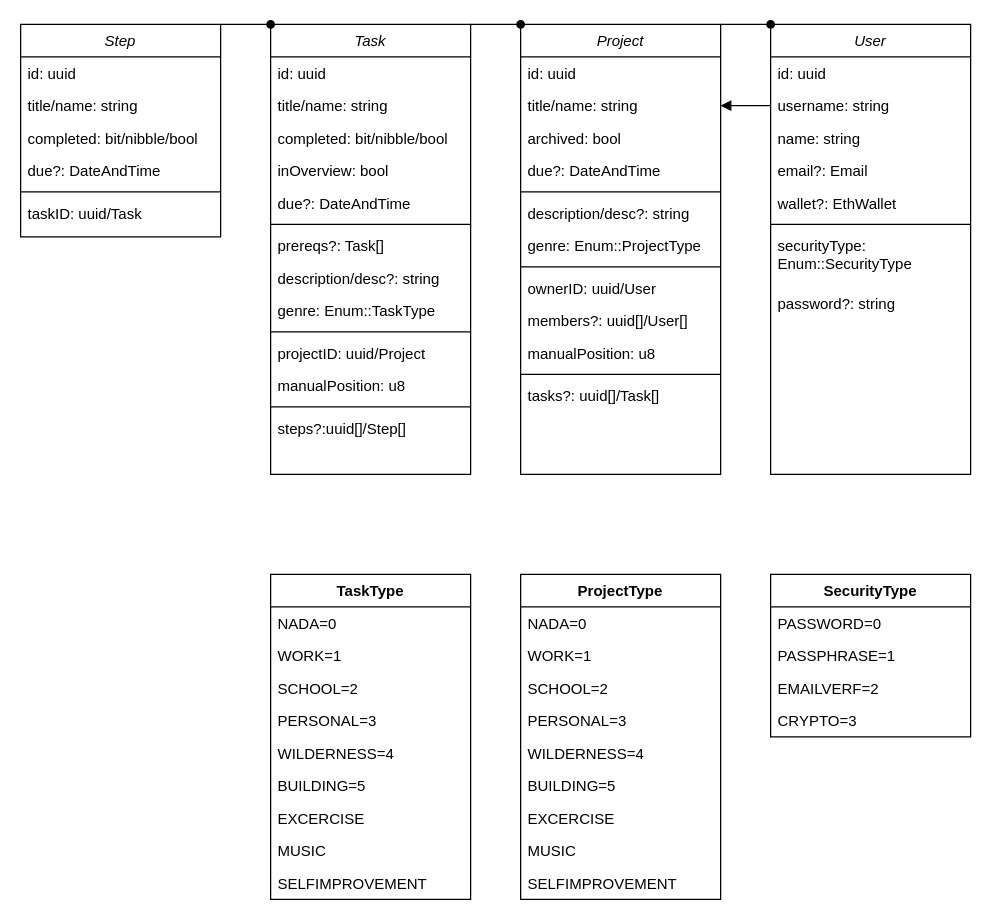
The draw.io diagram API_UML_diagram-drafting.drawio in Nick-Shadow/tudo, before the edit. Source tidied: cells renumbered, new cells numbered last; positions are measured from the earlier drawing's top-left corner, leaving out a move shared by most shapes. Both pictures are drawn from the tidied source at 125%, with x=0, y=0 at pixel (20, 24).
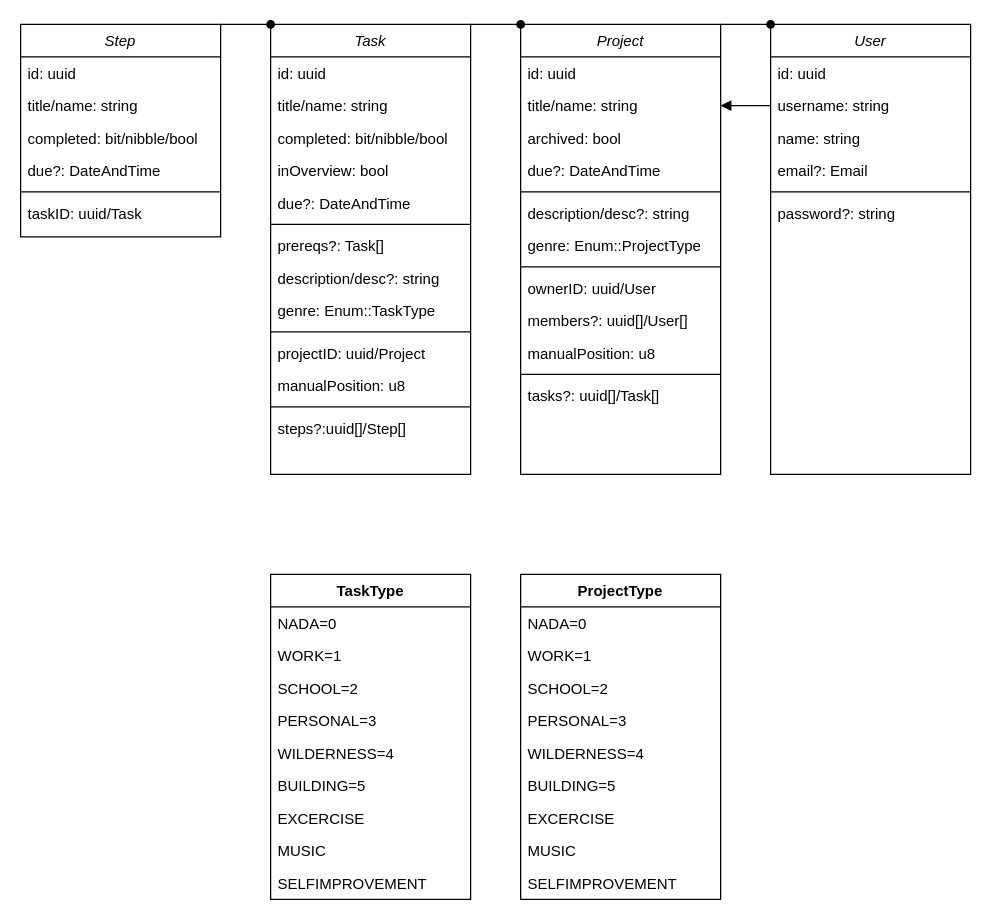
The same page after the edit.

Unchanged cells that the change refers to:
```xml
<mxCell id="38" value="User" style="swimlane;fontStyle=2;align=center;verticalAlign=top;horizontal=1;startSize=26;rounded=0;shadow=0;strokeWidth=1;" parent="1" vertex="1">
  <mxGeometry x="600" width="160" height="360" as="geometry" />
</mxCell>
```

Diff of the diagram source:
```diff
@@
-    <mxCell id="43" value="wallet?: EthWallet" style="text;align=left;verticalAlign=top;spacingLeft=4;spacingRight=4;overflow=hidden;rounded=0;shadow=0;html=0;" parent="38" vertex="1">
-      <mxGeometry y="130" width="160" height="26" as="geometry" />
-    </mxCell>
     <mxCell id="44" style="line;strokeWidth=1;fillColor=none;align=left;verticalAlign=middle;spacingTop=-1;spacingLeft=3;spacingRight=3;labelPosition=right;" parent="38" vertex="1">
-      <mxGeometry y="156" width="160" height="8" as="geometry" />
+      <mxGeometry y="130" width="160" height="8" as="geometry" />
     </mxCell>
-    <mxCell id="45" value="securityType: &#10;Enum::SecurityType" style="text;align=left;verticalAlign=top;spacingLeft=4;spacingRight=4;overflow=hidden;rounded=0;shadow=0;html=0;" parent="38" vertex="1">
-      <mxGeometry y="164" width="160" height="46" as="geometry" />
-    </mxCell>
     <mxCell id="46" value="password?: string" style="text;align=left;verticalAlign=top;spacingLeft=4;spacingRight=4;overflow=hidden;rounded=0;shadow=0;html=0;" parent="38" vertex="1">
-      <mxGeometry y="210" width="160" height="26" as="geometry" />
+      <mxGeometry y="138" width="160" height="26" as="geometry" />
     </mxCell>
@@
-    <mxCell id="67" value="SecurityType" style="swimlane;fontStyle=1;align=center;verticalAlign=top;horizontal=1;startSize=26;" parent="1" vertex="1">
-      <mxGeometry x="600" y="440" width="160" height="130" as="geometry" />
-    </mxCell>
-    <mxCell id="68" value="PASSWORD=0" style="text;strokeColor=none;fillColor=none;align=left;verticalAlign=top;spacingLeft=4;spacingRight=4;overflow=hidden;" parent="67" vertex="1">
-      <mxGeometry y="26" width="160" height="26" as="geometry" />
-    </mxCell>
-    <mxCell id="69" value="PASSPHRASE=1" style="text;strokeColor=none;fillColor=none;align=left;verticalAlign=top;spacingLeft=4;spacingRight=4;overflow=hidden;" parent="67" vertex="1">
-      <mxGeometry y="52" width="160" height="26" as="geometry" />
-    </mxCell>
-    <mxCell id="70" value="EMAILVERF=2" style="text;strokeColor=none;fillColor=none;align=left;verticalAlign=top;spacingLeft=4;spacingRight=4;overflow=hidden;" parent="67" vertex="1">
-      <mxGeometry y="78" width="160" height="26" as="geometry" />
-    </mxCell>
-    <mxCell id="71" value="CRYPTO=3" style="text;strokeColor=none;fillColor=none;align=left;verticalAlign=top;spacingLeft=4;spacingRight=4;overflow=hidden;" parent="67" vertex="1">
-      <mxGeometry y="104" width="160" height="26" as="geometry" />
-    </mxCell>
```
